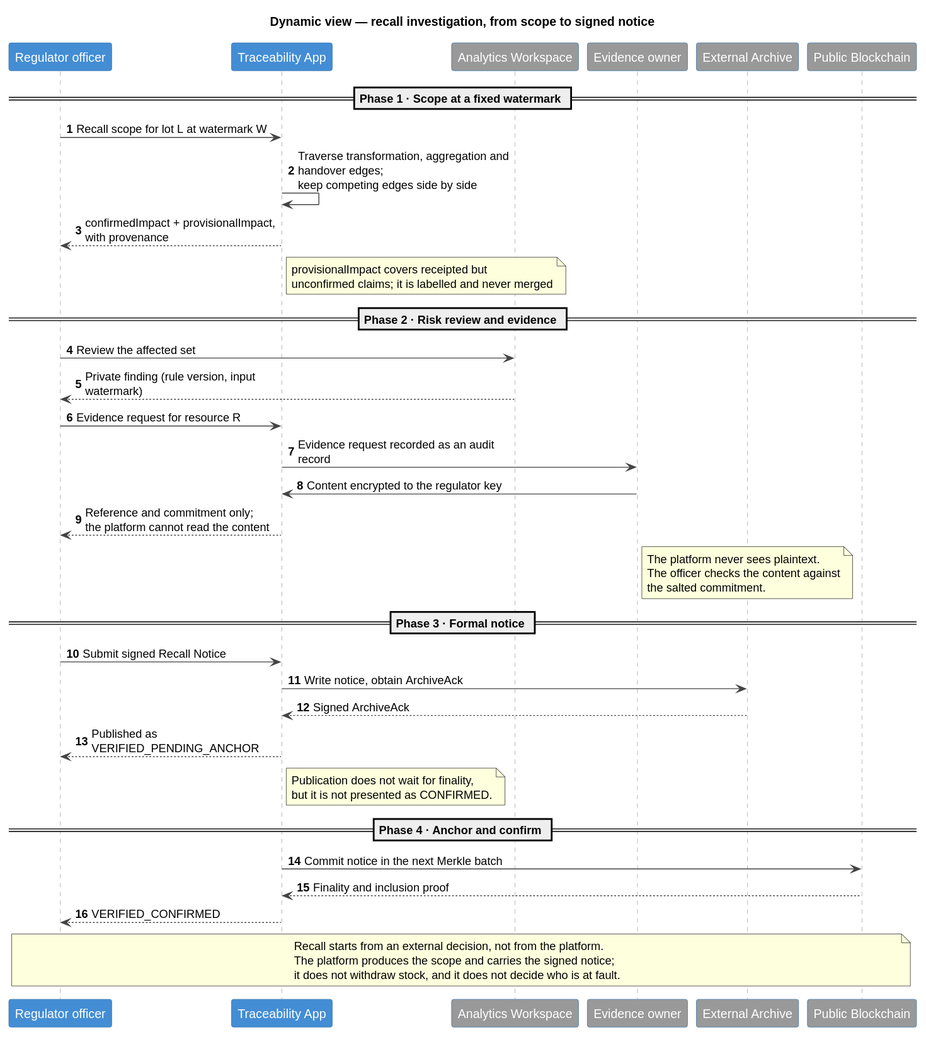
kuangshen04/48433assignment keeps this PlantUML diagram as docs/public/diagrams/c4-dynamic-recall.svg. Above is the earlier version.
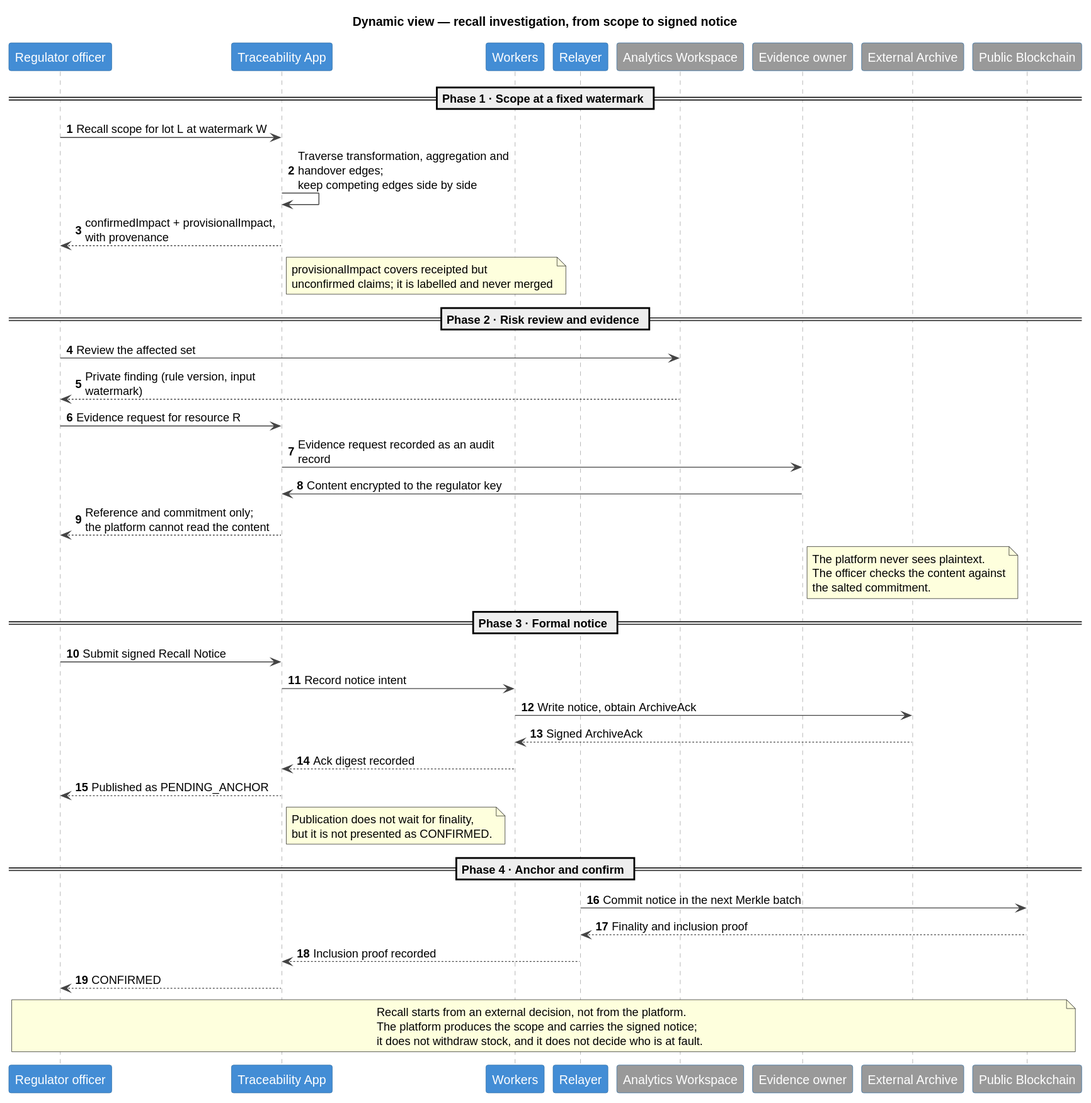
After the change.

What changed in the source:
```diff
@@ -20,6 +20,8 @@
 
 participant "Regulator officer" as officer
 participant "Traceability App" as app
+participant "Workers" as workers
+participant "Relayer" as relayer
 participant "Analytics Workspace" as analytics #999999
 participant "Evidence owner" as owner #999999
 participant "External Archive" as archive #999999
@@ -42,15 +44,18 @@
 
 == Phase 3 · Formal notice ==
 officer -> app: Submit signed Recall Notice
-app -> archive: Write notice, obtain ArchiveAck
-archive --> app: Signed ArchiveAck
-app --> officer: Published as VERIFIED_PENDING_ANCHOR
+app -> workers: Record notice intent
+workers -> archive: Write notice, obtain ArchiveAck
+archive --> workers: Signed ArchiveAck
+workers --> app: Ack digest recorded
+app --> officer: Published as PENDING_ANCHOR
 note right of app: Publication does not wait for finality,\nbut it is not presented as CONFIRMED.
 
 == Phase 4 · Anchor and confirm ==
-app -> chain: Commit notice in the next Merkle batch
-chain --> app: Finality and inclusion proof
-app --> officer: VERIFIED_CONFIRMED
+relayer -> chain: Commit notice in the next Merkle batch
+chain --> relayer: Finality and inclusion proof
+relayer --> app: Inclusion proof recorded
+app --> officer: CONFIRMED
 
 note over officer, chain: Recall starts from an external decision, not from the platform.\nThe platform produces the scope and carries the signed notice;\nit does not withdraw stock, and it does not decide who is at fault.
 @enduml
```
